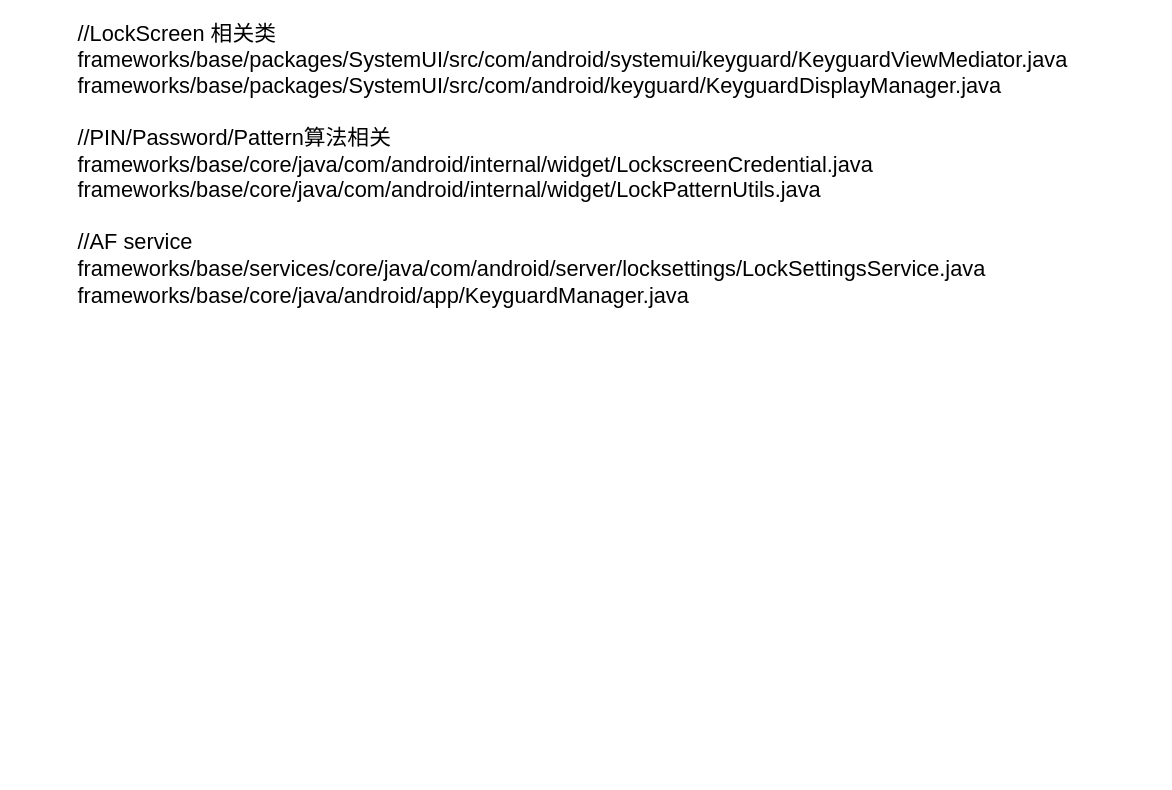
This is page "Authentication" (4 of 14) of AF review.drawio from LBACK1912/chart, a draw.io file, before an edit. Source tidied: cells renumbered, new cells numbered last; positions are measured from the earlier drawing's top-left corner, leaving out a move shared by most shapes. Both pictures are drawn from the tidied source at 121%, with x=0, y=0 at pixel (75, 68).
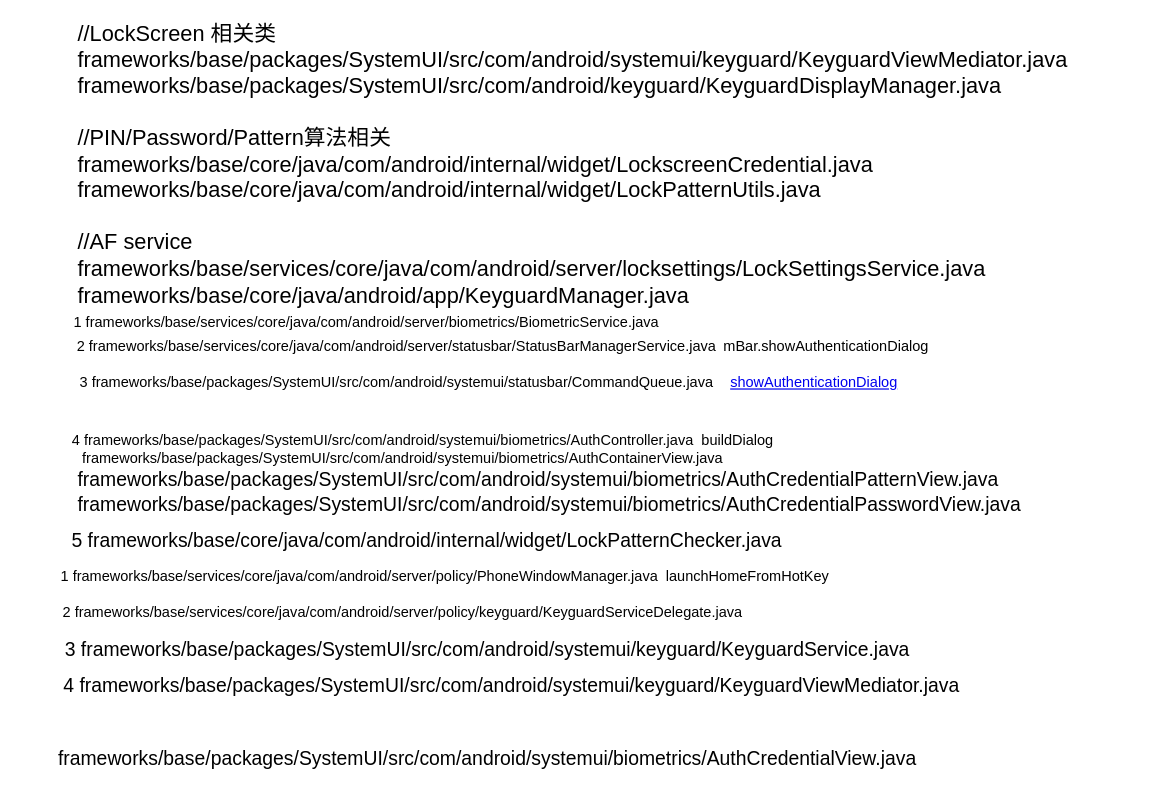
Above is the later version.

Change to the diagram source:
```diff
@@
 <mxGraphModel>
   <root>
     <mxCell id="0" />
     <mxCell id="1" parent="0" />
     <mxCell id="2" value="&lt;div style=&quot;font-size: 18px&quot; align=&quot;left&quot;&gt;&lt;font style=&quot;font-size: 18px&quot;&gt;//LockScreen 相关类&lt;br&gt;frameworks/base/packages/SystemUI/src/com/android/systemui/keyguard/KeyguardViewMediator.java&lt;br&gt;frameworks/base/packages/SystemUI/src/com/android/keyguard/KeyguardDisplayManager.java&lt;br&gt;&lt;br&gt;&lt;/font&gt;&lt;/div&gt;&lt;div style=&quot;font-size: 18px&quot; align=&quot;left&quot;&gt;&lt;font style=&quot;font-size: 18px&quot;&gt;//PIN/Password/Pattern算法相关&lt;br&gt;&lt;/font&gt;&lt;/div&gt;&lt;div style=&quot;font-size: 18px&quot; align=&quot;left&quot;&gt;&lt;font style=&quot;font-size: 18px&quot;&gt;frameworks/base/core/java/com/android/internal/widget/LockscreenCredential.java&lt;br&gt;frameworks/base/core/java/com/android/internal/widget/LockPatternUtils.java&lt;/font&gt;&lt;/div&gt;&lt;div style=&quot;font-size: 18px&quot; align=&quot;left&quot;&gt;&lt;font style=&quot;font-size: 18px&quot;&gt;&lt;br&gt;&lt;/font&gt;&lt;/div&gt;&lt;div style=&quot;font-size: 18px&quot; align=&quot;left&quot;&gt;&lt;font style=&quot;font-size: 18px&quot;&gt;//AF service&lt;br&gt;&lt;/font&gt;&lt;/div&gt;&lt;div style=&quot;font-size: 18px&quot; align=&quot;left&quot;&gt;&lt;font style=&quot;font-size: 18px&quot;&gt;frameworks/base/services/core/java/com/android/server/locksettings/LockSettingsService.java&lt;br&gt;frameworks/base/core/java/android/app/KeyguardManager.java&lt;/font&gt;&lt;/div&gt;" style="text;html=1;align=left;verticalAlign=middle;" parent="1" vertex="1">
       <mxGeometry width="890" height="160" as="geometry" />
     </mxCell>
+    <mxCell id="3" value="&lt;div style=&quot;font-size: 16px&quot; align=&quot;left&quot;&gt;&lt;font style=&quot;font-size: 16px&quot;&gt;frameworks/base/packages/SystemUI/src/com/android/systemui/biometrics/AuthCredentialPatternView.java&lt;/font&gt;&lt;/div&gt;&lt;div style=&quot;font-size: 16px&quot; align=&quot;left&quot;&gt;&lt;font style=&quot;font-size: 16px&quot;&gt;frameworks/base/packages/SystemUI/src/com/android/systemui/biometrics/AuthCredentialPasswordView.java&lt;br&gt;&lt;/font&gt;&lt;/div&gt;" style="text;html=1;align=left;verticalAlign=middle;" parent="1" vertex="1">
+      <mxGeometry y="335" width="800" height="30" as="geometry" />
+    </mxCell>
+    <mxCell id="4" value="&lt;font style=&quot;font-size: 16px&quot;&gt;5 frameworks/base/core/java/com/android/internal/widget/LockPatternChecker.java&lt;/font&gt;" style="text;html=1;align=center;verticalAlign=middle;" parent="1" vertex="1">
+      <mxGeometry x="-10" y="380" width="600" height="20" as="geometry" />
+    </mxCell>
+    <mxCell id="5" value="&lt;font style=&quot;font-size: 16px&quot;&gt;frameworks/base/packages/SystemUI/src/com/android/systemui/biometrics/AuthCredentialView.java&lt;/font&gt;" style="text;html=1;align=center;verticalAlign=middle;" parent="1" vertex="1">
+      <mxGeometry x="-20" y="560" width="720" height="20" as="geometry" />
+    </mxCell>
+    <mxCell id="6" value="&lt;font style=&quot;font-size: 16px&quot;&gt;3 frameworks/base/packages/SystemUI/src/com/android/systemui/keyguard/KeyguardService.java&lt;/font&gt;" style="text;html=1;align=center;verticalAlign=middle;" parent="1" vertex="1">
+      <mxGeometry x="-15" y="470" width="710" height="20" as="geometry" />
+    </mxCell>
+    <mxCell id="7" value="1 frameworks/base/services/core/java/com/android/server/policy/PhoneWindowManager.java&amp;nbsp; &lt;span class=&quot;cm-def&quot;&gt;launchHomeFromHotKey&lt;/span&gt;" style="text;html=1;align=center;verticalAlign=middle;" parent="1" vertex="1">
+      <mxGeometry x="-20" y="410" width="650" height="20" as="geometry" />
+    </mxCell>
+    <mxCell id="8" value="2 frameworks/base/services/core/java/com/android/server/policy/keyguard/KeyguardServiceDelegate.java" style="text;html=1;align=center;verticalAlign=middle;" parent="1" vertex="1">
+      <mxGeometry x="-20" y="440" width="580" height="20" as="geometry" />
+    </mxCell>
+    <mxCell id="9" value="&lt;div&gt;&amp;nbsp;&amp;nbsp;&amp;nbsp;&amp;nbsp;&amp;nbsp;&amp;nbsp;&amp;nbsp;&amp;nbsp;&amp;nbsp; 4 frameworks/base/packages/SystemUI/src/com/android/systemui/biometrics/AuthController.java&amp;nbsp; buildDialog&lt;/div&gt;&lt;div&gt;frameworks/base/packages/SystemUI/src/com/android/systemui/biometrics/AuthContainerView.java&lt;br&gt;&lt;/div&gt;" style="text;html=1;align=center;verticalAlign=middle;" parent="1" vertex="1">
+      <mxGeometry x="-45" y="300" width="630" height="30" as="geometry" />
+    </mxCell>
+    <mxCell id="10" value="2 frameworks/base/services/core/java/com/android/server/statusbar/StatusBarManagerService.java" style="text;html=1;align=center;verticalAlign=middle;" parent="1" vertex="1">
+      <mxGeometry x="-5" y="220" width="540" height="20" as="geometry" />
+    </mxCell>
+    <mxCell id="11" value="mBar.&lt;span class=&quot;search-match-layer search-match selected-match match-1&quot;&gt;showAuthenticationDialog&lt;/span&gt;" style="text;html=1;align=center;verticalAlign=middle;" parent="1" vertex="1">
+      <mxGeometry x="530" y="220" width="180" height="20" as="geometry" />
+    </mxCell>
+    <mxCell id="12" value="3 frameworks/base/packages/SystemUI/src/com/android/systemui/statusbar/CommandQueue.java" style="text;html=1;align=center;verticalAlign=middle;" parent="1" vertex="1">
+      <mxGeometry x="-5" y="250" width="540" height="20" as="geometry" />
+    </mxCell>
+    <mxCell id="13" value="&lt;span class=&quot;cm-def&quot;&gt;&lt;a class=&quot;semantic-decoration&quot; href=&quot;https://cs.android.com/android/platform/superproject/+/master:frameworks/base/packages/SystemUI/src/com/android/systemui/statusbar/CommandQueue.java;bpv=1;bpt=1;l=783?q=showAuthenticationDialog&amp;amp;ss=android%2Fplatform%2Fsuperproject:frameworks%2Fbase%2Fpackages%2FSystemUI%2F&amp;amp;gsn=showAuthenticationDialog&amp;amp;gs=kythe%3A%2F%2Fandroid.googlesource.com%2Fplatform%2Fsuperproject%3Flang%3Djava%3Fpath%3Dcom.android.systemui.statusbar.CommandQueue%23f053d3b4ff68c00ab5d63962ef264cccf35b3d18540e15fc57de076000f39979&quot;&gt;&lt;span class=&quot;search-match-layer search-match selected-match match-1&quot;&gt;showAuthenticationDialog&lt;/span&gt;&lt;/a&gt;&lt;/span&gt;" style="text;html=1;align=center;verticalAlign=middle;" parent="1" vertex="1">
+      <mxGeometry x="535" y="250" width="150" height="20" as="geometry" />
+    </mxCell>
+    <mxCell id="14" value="1 frameworks/base/services/core/java/com/android/server/biometrics/BiometricService.java" style="text;html=1;align=center;verticalAlign=middle;" parent="1" vertex="1">
+      <mxGeometry x="-10" y="200" width="500" height="20" as="geometry" />
+    </mxCell>
+    <mxCell id="15" value="&lt;font style=&quot;font-size: 16px&quot;&gt;4 &lt;font style=&quot;font-size: 16px&quot;&gt;frameworks/base/packages/SystemUI/src/com/android/systemui/keyguard/KeyguardViewMediator.java&lt;/font&gt;&lt;/font&gt;" style="text;html=1;align=center;verticalAlign=middle;" parent="1" vertex="1">
+      <mxGeometry x="-20" y="500" width="760" height="20" as="geometry" />
+    </mxCell>
   </root>
 </mxGraphModel>
```
